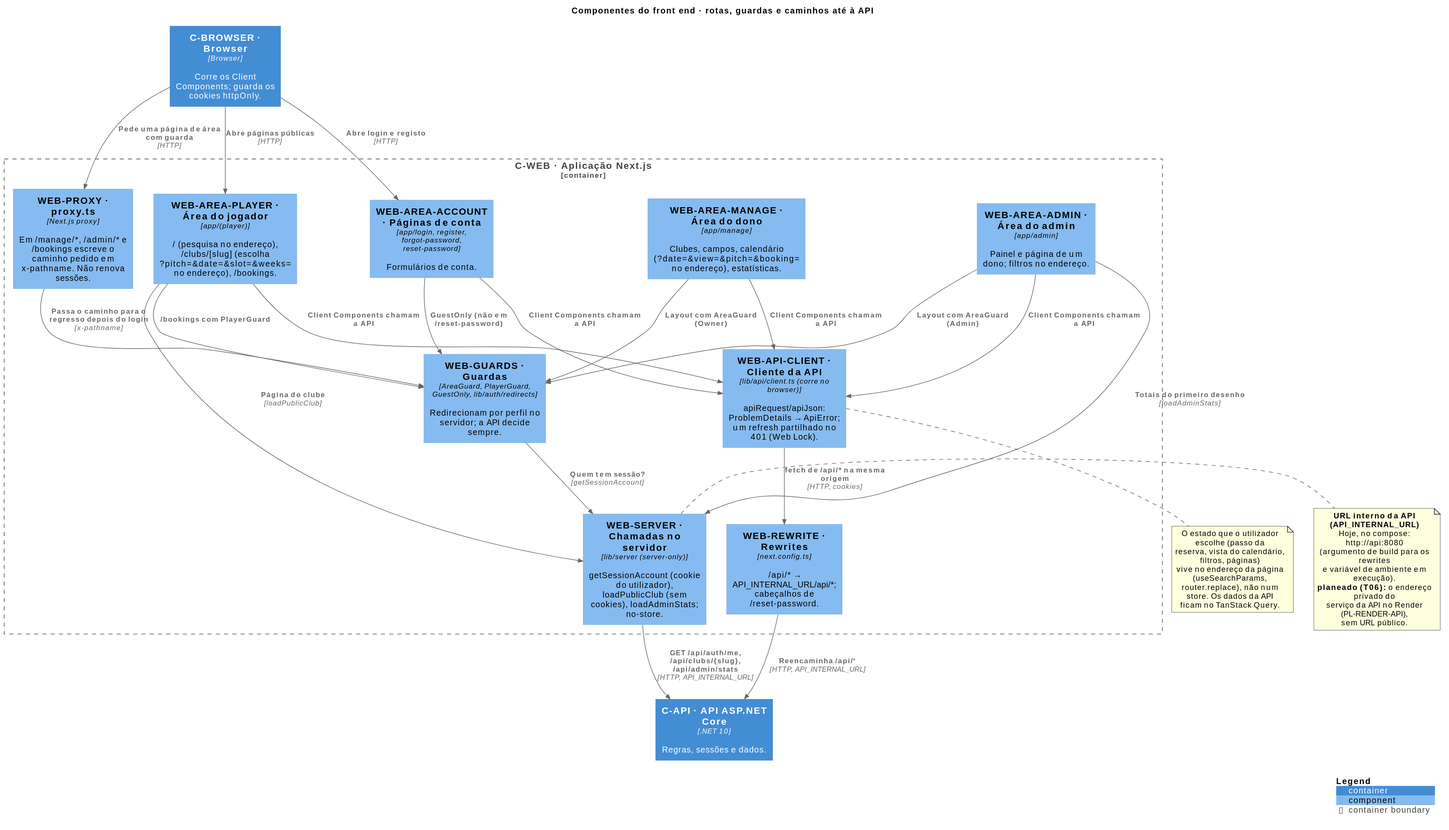
rodrigo4sousa/SportsEstablishments keeps this PlantUML diagram as docs/architecture/diagrams/03-logical-web.svg. Above is the earlier version. Source of this version:
```plantuml
@startuml
!include <C4/C4_Component>

title Componentes do front end · rotas, guardas e caminhos até à API

LAYOUT_TOP_DOWN()
HIDE_STEREOTYPE()

Container(C_BROWSER, "C-BROWSER · Browser", "Browser", "Corre os Client Components; guarda os cookies httpOnly.")

Container_Boundary(C_WEB, "C-WEB · Aplicação Next.js") {
  Component(WEB_PROXY, "WEB-PROXY · proxy.ts", "Next.js proxy", "Em /manage/*, /admin/* e /bookings escreve o caminho pedido em x-pathname. Não renova sessões.")
  Component(WEB_AREA_PLAYER, "WEB-AREA-PLAYER · Área do jogador", "app/(player)", "/ (pesquisa no endereço), /clubs/[slug] (escolha ?pitch=&date=&slot=&weeks= no endereço), /bookings.")
  Component(WEB_AREA_MANAGE, "WEB-AREA-MANAGE · Área do dono", "app/manage", "Clubes, campos, calendário (?date=&view=&pitch=&booking= no endereço), estatísticas.")
  Component(WEB_AREA_ADMIN, "WEB-AREA-ADMIN · Área do admin", "app/admin", "Painel e página de um dono; filtros no endereço.")
  Component(WEB_AREA_ACCOUNT, "WEB-AREA-ACCOUNT · Páginas de conta", "app/login, register, forgot-password, reset-password", "Formulários de conta.")
  Component(WEB_GUARDS, "WEB-GUARDS · Guardas", "AreaGuard, PlayerGuard, GuestOnly, lib/auth/redirects", "Redirecionam por perfil no servidor; a API decide sempre.")
  Component(WEB_SERVER, "WEB-SERVER · Chamadas no servidor", "lib/server (server-only)", "getSessionAccount (cookie do utilizador), loadPublicClub (sem cookies), loadAdminStats; no-store.")
  Component(WEB_API_CLIENT, "WEB-API-CLIENT · Cliente da API", "lib/api/client.ts (corre no browser)", "apiRequest/apiJson: ProblemDetails → ApiError; um refresh partilhado no 401 (Web Lock).")
  Component(WEB_REWRITE, "WEB-REWRITE · Rewrites", "next.config.ts", "/api/* → API_INTERNAL_URL/api/*; cabeçalhos de /reset-password.")
}

Container(C_API, "C-API · API ASP.NET Core", ".NET 10", "Regras, sessões e dados.")

Rel(C_BROWSER, WEB_PROXY, "Pede uma página de área com guarda", "HTTP")
Rel(C_BROWSER, WEB_AREA_PLAYER, "Abre páginas públicas", "HTTP")
Rel(C_BROWSER, WEB_AREA_ACCOUNT, "Abre login e registo", "HTTP")
Rel(WEB_PROXY, WEB_GUARDS, "Passa o caminho para o regresso depois do login", "x-pathname")
Rel(WEB_AREA_MANAGE, WEB_GUARDS, "Layout com AreaGuard (Owner)", "")
Rel(WEB_AREA_ADMIN, WEB_GUARDS, "Layout com AreaGuard (Admin)", "")
Rel(WEB_AREA_PLAYER, WEB_GUARDS, "/bookings com PlayerGuard", "")
Rel(WEB_AREA_ACCOUNT, WEB_GUARDS, "GuestOnly (não em /reset-password)", "")
Rel(WEB_GUARDS, WEB_SERVER, "Quem tem sessão?", "getSessionAccount")
Rel(WEB_AREA_PLAYER, WEB_SERVER, "Página do clube", "loadPublicClub")
Rel(WEB_AREA_ADMIN, WEB_SERVER, "Totais do primeiro desenho", "loadAdminStats")
Rel(WEB_AREA_PLAYER, WEB_API_CLIENT, "Client Components chamam a API", "")
Rel(WEB_AREA_MANAGE, WEB_API_CLIENT, "Client Components chamam a API", "")
Rel(WEB_AREA_ADMIN, WEB_API_CLIENT, "Client Components chamam a API", "")
Rel(WEB_AREA_ACCOUNT, WEB_API_CLIENT, "Client Components chamam a API", "")
Rel(WEB_API_CLIENT, WEB_REWRITE, "fetch de /api/* na mesma origem", "HTTP, cookies")
Rel(WEB_REWRITE, C_API, "Reencaminha /api/*", "HTTP, API_INTERNAL_URL")
Rel(WEB_SERVER, C_API, "GET /api/auth/me, /api/clubs/{slug}, /api/admin/stats", "HTTP, API_INTERNAL_URL")

note right of WEB_SERVER
  **URL interno da API (API_INTERNAL_URL)**
  Hoje, no compose: http://api:8080
  (argumento de build para os rewrites
  e variável de ambiente em execução).
  **planeado (T06):** o endereço privado do
  serviço da API no Render (PL-RENDER-API),
  sem URL público.
end note

note bottom of WEB_API_CLIENT
  O estado que o utilizador escolhe (passo da
  reserva, vista do calendário, filtros, páginas)
  vive no endereço da página (useSearchParams,
  router.replace), não num store. Os dados da API
  ficam no TanStack Query.
end note

SHOW_LEGEND()
@enduml
```
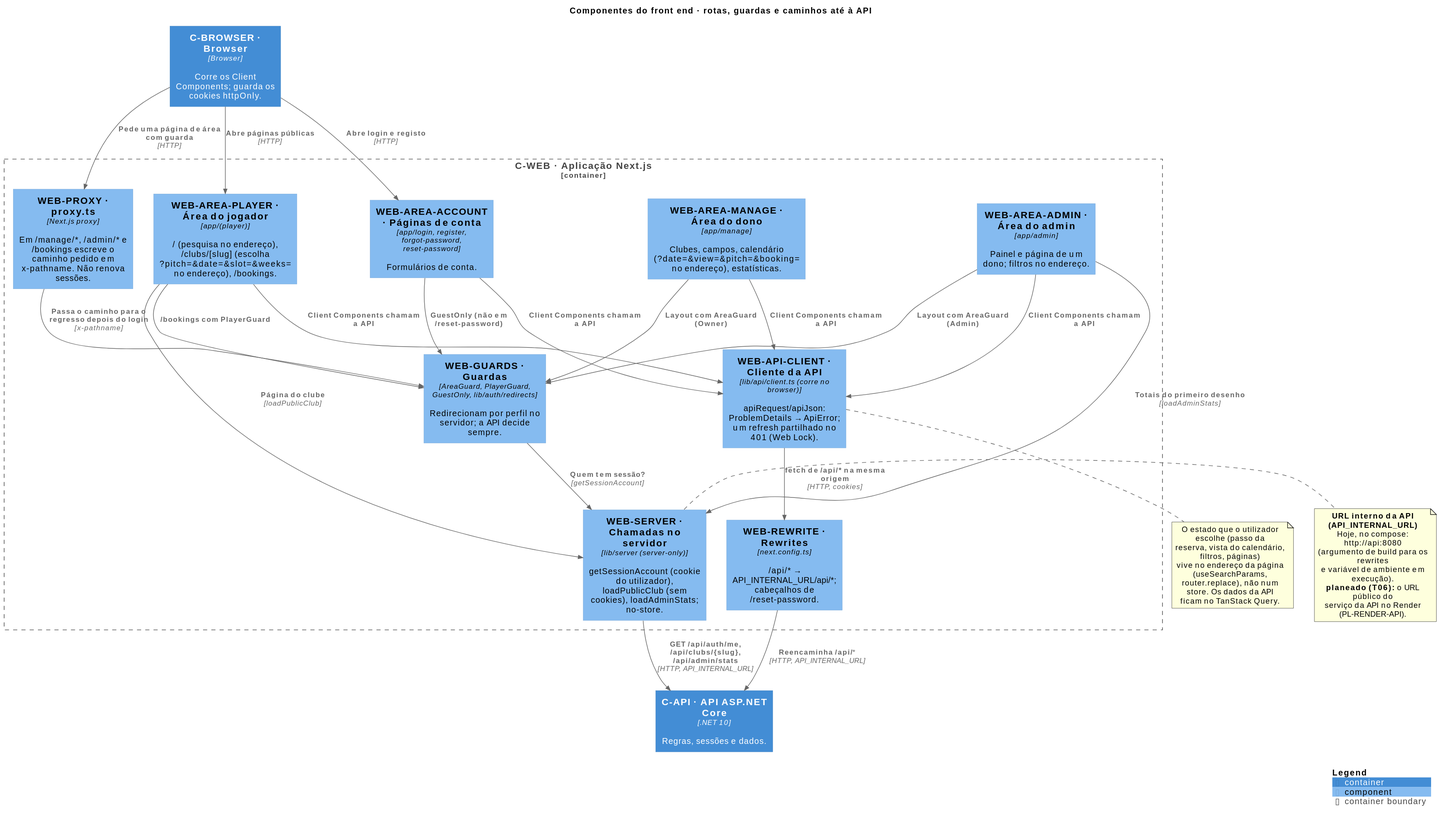
Above is the later version.

What changed in the source:
```diff
@@ -46,9 +46,8 @@
   Hoje, no compose: http://api:8080
   (argumento de build para os rewrites
   e variável de ambiente em execução).
-  **planeado (T06):** o endereço privado do
-  serviço da API no Render (PL-RENDER-API),
-  sem URL público.
+  **planeado (T06):** o URL público do
+  serviço da API no Render (PL-RENDER-API).
 end note
 
 note bottom of WEB_API_CLIENT
```
